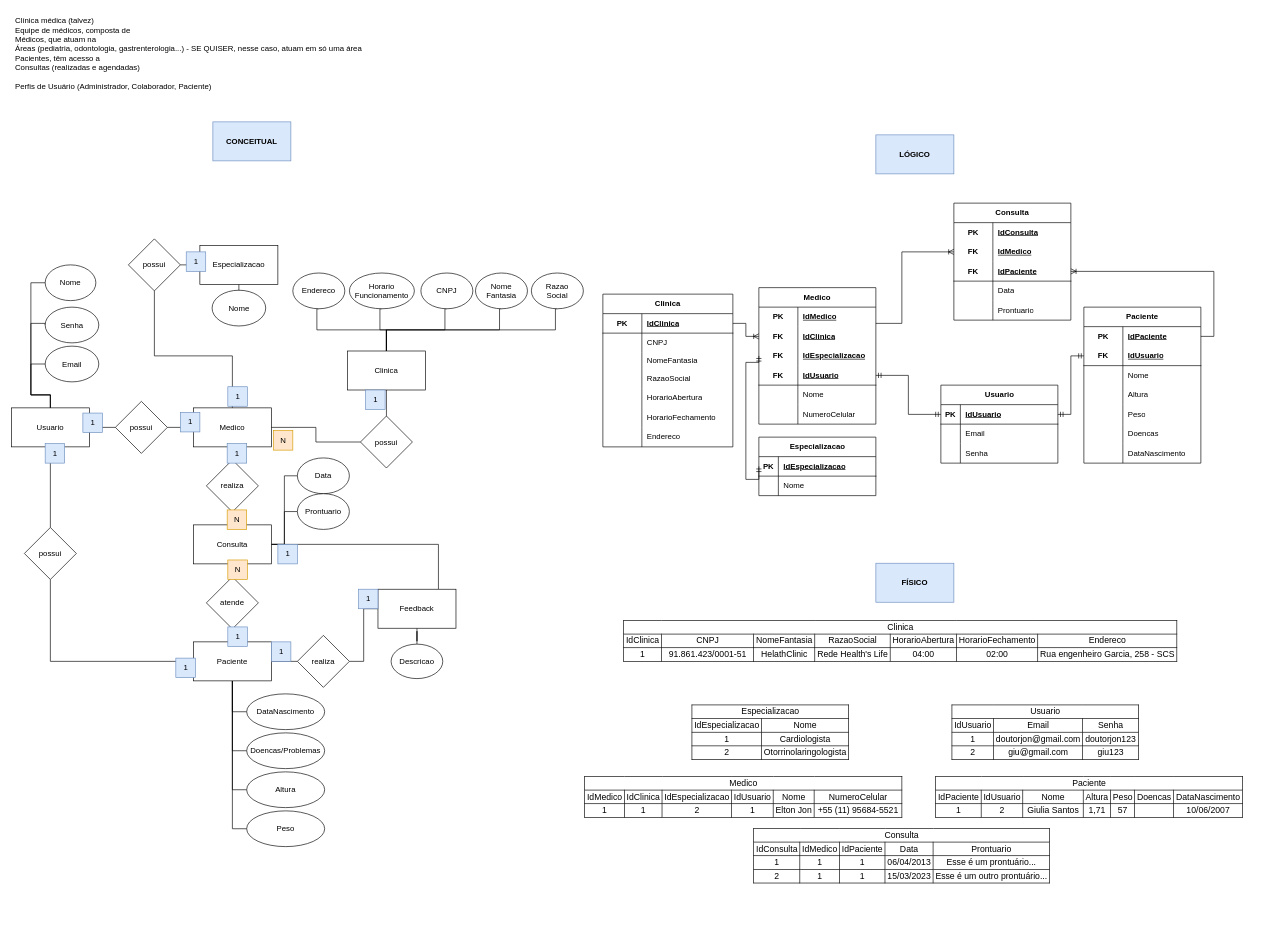
The draw.io diagram Banco de dados - Sprint 1/Projeto Health Clinic/Health Clinic.drawio in LucasBO7/senai-curso-repos-semestre-2, before the edit. Source tidied: cells renumbered, new cells numbered last; positions are measured from the earlier drawing's top-left corner, leaving out a move shared by most shapes. Both pictures are drawn from the tidied source at 65%, with x=0, y=0 at pixel (11, 11).
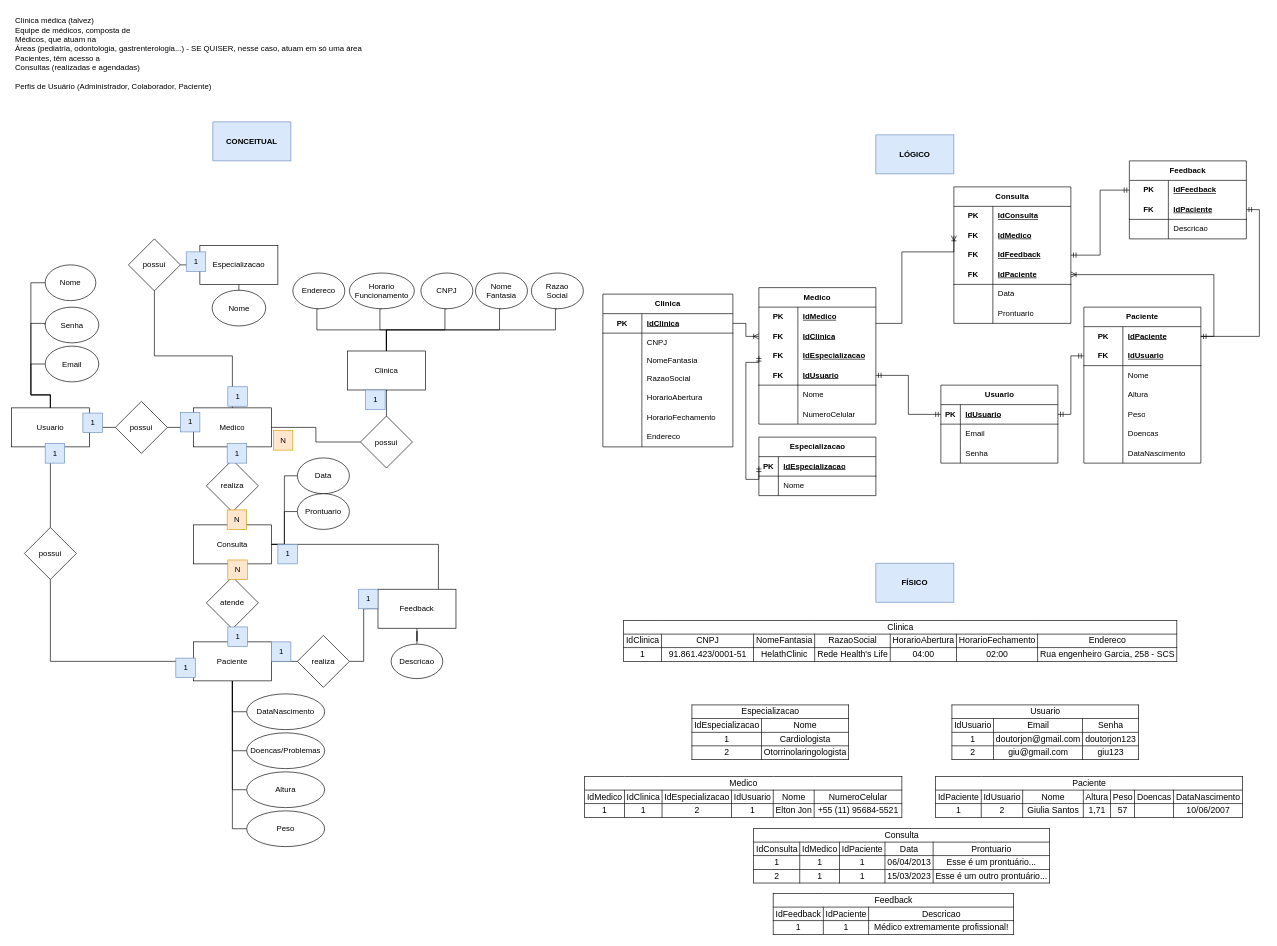
The same diagram, later.

Unchanged cells that the change refers to:
```xml
<mxCell id="148" style="shape=tableRow;horizontal=0;startSize=0;swimlaneHead=0;swimlaneBody=0;fillColor=none;points=[[0,0.5],[1,0.5]];portConstraint=eastwest;top=0;left=0;right=0;bottom=0;html=1;rounded=0;" parent="147" vertex="1">
  <mxGeometry y="30" width="180" height="30" as="geometry" />
</mxCell>
```

What changed in the source:
```diff
@@
     <mxCell id="118" value="Consulta" style="shape=table;startSize=30;childLayout=tableLayout;rowLines=0;fontStyle=1;align=center;html=1;whiteSpace=wrap;rounded=0;" parent="1" vertex="1">
-      <mxGeometry x="1450" y="295" width="180" height="180" as="geometry" />
+      <mxGeometry x="1450" y="270" width="180" height="210" as="geometry" />
     </mxCell>
@@
+    <mxCell id="190" style="shape=tableRow;horizontal=0;startSize=0;swimlaneHead=0;swimlaneBody=0;fillColor=none;points=[[0,0.5],[1,0.5]];portConstraint=eastwest;top=0;left=0;right=0;bottom=0;html=1;rounded=0;" parent="118" vertex="1">
+      <mxGeometry y="90" width="180" height="30" as="geometry" />
+    </mxCell>
+    <mxCell id="191" value="FK" style="shape=partialRectangle;fillColor=none;top=0;left=0;bottom=0;right=0;fontStyle=1;overflow=hidden;html=1;whiteSpace=wrap;rounded=0;" parent="190" vertex="1">
+      <mxGeometry width="60" height="30" as="geometry" />
+    </mxCell>
+    <mxCell id="192" value="IdFeedback" style="shape=partialRectangle;fillColor=none;top=0;left=0;bottom=0;right=0;align=left;spacingLeft=6;fontStyle=5;overflow=hidden;html=1;whiteSpace=wrap;rounded=0;" parent="190" vertex="1">
+      <mxGeometry x="60" width="120" height="30" as="geometry" />
+    </mxCell>
     <mxCell id="125" style="shape=tableRow;horizontal=0;startSize=0;swimlaneHead=0;swimlaneBody=0;fillColor=none;points=[[0,0.5],[1,0.5]];portConstraint=eastwest;top=0;left=0;right=0;bottom=1;html=1;rounded=0;" parent="118" vertex="1">
-      <mxGeometry y="90" width="180" height="30" as="geometry" />
+      <mxGeometry y="120" width="180" height="30" as="geometry" />
     </mxCell>
@@
     <mxCell id="128" style="shape=tableRow;horizontal=0;startSize=0;swimlaneHead=0;swimlaneBody=0;fillColor=none;top=0;left=0;right=0;bottom=0;html=1;rounded=0;" parent="118" vertex="1">
-      <mxGeometry y="120" width="180" height="30" as="geometry" />
+      <mxGeometry y="150" width="180" height="30" as="geometry" />
     </mxCell>
@@
     <mxCell id="131" style="shape=tableRow;horizontal=0;startSize=0;swimlaneHead=0;swimlaneBody=0;fillColor=none;top=0;left=0;right=0;bottom=0;html=1;rounded=0;" parent="118" vertex="1">
-      <mxGeometry y="150" width="180" height="30" as="geometry" />
+      <mxGeometry y="180" width="180" height="30" as="geometry" />
     </mxCell>
@@
+    <mxCell id="193" value="Feedback" style="shape=table;startSize=30;childLayout=tableLayout;rowLines=0;fontStyle=1;align=center;html=1;whiteSpace=wrap;rounded=0;" parent="1" vertex="1">
+      <mxGeometry x="1720" y="230" width="180" height="120" as="geometry" />
+    </mxCell>
+    <mxCell id="194" style="shape=tableRow;horizontal=0;startSize=0;swimlaneHead=0;swimlaneBody=0;fillColor=none;points=[[0,0.5],[1,0.5]];portConstraint=eastwest;top=0;left=0;right=0;bottom=0;html=1;rounded=0;" parent="193" vertex="1">
+      <mxGeometry y="30" width="180" height="30" as="geometry" />
+    </mxCell>
+    <mxCell id="195" value="PK" style="shape=partialRectangle;fillColor=none;top=0;left=0;bottom=0;right=0;fontStyle=1;overflow=hidden;html=1;whiteSpace=wrap;rounded=0;" parent="194" vertex="1">
+      <mxGeometry width="60" height="30" as="geometry" />
+    </mxCell>
+    <mxCell id="196" value="IdFeedback" style="shape=partialRectangle;fillColor=none;top=0;left=0;bottom=0;right=0;align=left;spacingLeft=6;fontStyle=5;overflow=hidden;html=1;whiteSpace=wrap;rounded=0;" parent="194" vertex="1">
+      <mxGeometry x="60" width="120" height="30" as="geometry" />
+    </mxCell>
+    <mxCell id="197" style="shape=tableRow;horizontal=0;startSize=0;swimlaneHead=0;swimlaneBody=0;fillColor=none;points=[[0,0.5],[1,0.5]];portConstraint=eastwest;top=0;left=0;right=0;bottom=1;html=1;rounded=0;" parent="193" vertex="1">
+      <mxGeometry y="60" width="180" height="30" as="geometry" />
+    </mxCell>
+    <mxCell id="198" value="FK" style="shape=partialRectangle;fillColor=none;top=0;left=0;bottom=0;right=0;fontStyle=1;overflow=hidden;html=1;whiteSpace=wrap;rounded=0;" parent="197" vertex="1">
+      <mxGeometry width="60" height="30" as="geometry" />
+    </mxCell>
+    <mxCell id="199" value="IdPaciente" style="shape=partialRectangle;fillColor=none;top=0;left=0;bottom=0;right=0;align=left;spacingLeft=6;fontStyle=5;overflow=hidden;html=1;whiteSpace=wrap;rounded=0;" parent="197" vertex="1">
+      <mxGeometry x="60" width="120" height="30" as="geometry" />
+    </mxCell>
+    <mxCell id="200" style="shape=tableRow;horizontal=0;startSize=0;swimlaneHead=0;swimlaneBody=0;fillColor=none;top=0;left=0;right=0;bottom=0;html=1;rounded=0;" parent="193" vertex="1">
+      <mxGeometry y="90" width="180" height="30" as="geometry" />
+    </mxCell>
+    <mxCell id="201" style="shape=partialRectangle;fillColor=none;top=0;left=0;bottom=0;right=0;overflow=hidden;html=1;whiteSpace=wrap;rounded=0;" parent="200" vertex="1">
+      <mxGeometry width="60" height="30" as="geometry" />
+    </mxCell>
+    <mxCell id="202" value="Descricao" style="shape=partialRectangle;fillColor=none;top=0;left=0;bottom=0;right=0;align=left;spacingLeft=6;overflow=hidden;html=1;whiteSpace=wrap;rounded=0;" parent="200" vertex="1">
+      <mxGeometry x="60" width="120" height="30" as="geometry" />
+    </mxCell>
+    <mxCell id="203" style="edgeStyle=orthogonalEdgeStyle;rounded=0;jettySize=auto;html=1;entryX=1;entryY=0.5;entryDx=0;entryDy=0;endArrow=ERmandOne;endFill=0;startArrow=ERmandOne;startFill=0;" parent="1" edge="1" source="148" target="197">
+      <mxGeometry relative="1" as="geometry" />
+    </mxCell>
+    <mxCell id="204" style="edgeStyle=orthogonalEdgeStyle;rounded=0;jettySize=auto;html=1;entryX=1;entryY=0.5;entryDx=0;entryDy=0;endArrow=ERmandOne;endFill=0;startArrow=ERmandOne;startFill=0;" parent="1" edge="1" source="194" target="190">
+      <mxGeometry relative="1" as="geometry" />
+    </mxCell>
+    <mxCell id="205" value="&lt;table xmlns=&quot;http://www.w3.org/1999/xhtml&quot; cellspacing=&quot;0&quot; cellpadding=&quot;0&quot; dir=&quot;ltr&quot; border=&quot;1&quot; style=&quot;table-layout:fixed;font-size:10pt;font-family:Arial;width:0px;border-collapse:collapse;border:none&quot;&gt;&lt;colgroup&gt;&lt;col width=&quot;77&quot;&gt;&lt;col width=&quot;70&quot;&gt;&lt;col width=&quot;223&quot;&gt;&lt;/colgroup&gt;&lt;tbody&gt;&lt;tr style=&quot;height:21px;&quot;&gt;&lt;td style=&quot;border-top:1px solid #000000;border-right:1px solid #000000;border-bottom:1px solid #000000;border-left:1px solid #000000;overflow:hidden;padding:2px 3px 2px 3px;vertical-align:bottom;text-align:center;&quot; rowspan=&quot;1&quot; colspan=&quot;3&quot;&gt;Feedback&lt;/td&gt;&lt;/tr&gt;&lt;tr style=&quot;height:21px;&quot;&gt;&lt;td style=&quot;border-right:1px solid #000000;border-bottom:1px solid #000000;border-left:1px solid #000000;overflow:hidden;padding:2px 3px 2px 3px;vertical-align:bottom;text-align:center;&quot;&gt;IdFeedback&lt;/td&gt;&lt;td style=&quot;border-right:1px solid #000000;border-bottom:1px solid #000000;overflow:hidden;padding:2px 3px 2px 3px;vertical-align:bottom;text-align:center;&quot;&gt;IdPaciente&lt;/td&gt;&lt;td style=&quot;border-right:1px solid #000000;border-bottom:1px solid #000000;overflow:hidden;padding:2px 3px 2px 3px;vertical-align:bottom;text-align:center;&quot;&gt;Descricao&lt;/td&gt;&lt;/tr&gt;&lt;tr style=&quot;height:21px;&quot;&gt;&lt;td style=&quot;border-right:1px solid #000000;border-bottom:1px solid #000000;border-left:1px solid #000000;overflow:hidden;padding:2px 3px 2px 3px;vertical-align:bottom;text-align:center;&quot;&gt;1&lt;/td&gt;&lt;td style=&quot;border-right:1px solid #000000;border-bottom:1px solid #000000;overflow:hidden;padding:2px 3px 2px 3px;vertical-align:bottom;text-align:center;&quot;&gt;1&lt;/td&gt;&lt;td style=&quot;border-right:1px solid #000000;border-bottom:1px solid #000000;overflow:hidden;padding:2px 3px 2px 3px;vertical-align:bottom;text-align:center;&quot;&gt;Médico extremamente profissional!&lt;/td&gt;&lt;/tr&gt;&lt;/tbody&gt;&lt;/table&gt;" style="text;whiteSpace=wrap;html=1;" parent="1" vertex="1">
+      <mxGeometry x="1170" y="1350" width="380" height="70" as="geometry" />
+    </mxCell>
```
